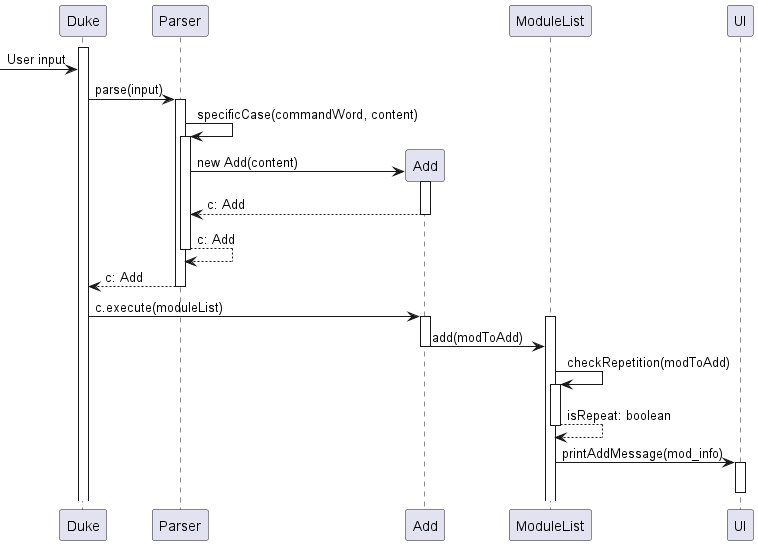
Above: docs/diagrams/AddUML.png in nus-cs2113-AY2223S1/tp (PlantUML), before the change. Source of this version:
```plantuml
@startuml
activate Duke
[-> Duke: User input
Duke -> Parser: parse(input)
activate Parser
Parser -> Parser: specificCase(commandWord, content)
activate Parser
create Add
Parser -> Add: new Add(content)
activate Add
return c: Add
return c: Add
return c: Add
deactivate Parser
Duke -> Add: c.execute(moduleList)
activate Add
activate ModuleList
Add -> ModuleList: add(modToAdd)
deactivate Add
ModuleList -> ModuleList: checkRepetition(modToAdd)
activate ModuleList
return isRepeat: boolean
ModuleList -> UI: printAddMessage(mod_info)
activate UI
deactivate UI

@enduml
```
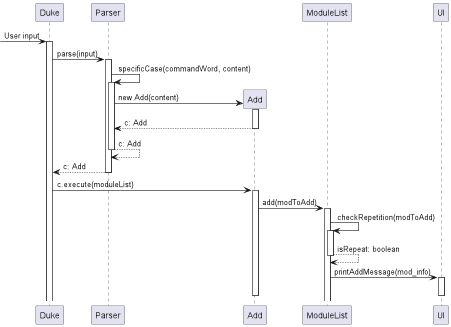
Above is the later version.

The edit, as a diff of the source:
```diff
@@ -1,6 +1,6 @@
 @startuml
+[-> Duke: User input
 activate Duke
-[-> Duke: User input
 Duke -> Parser: parse(input)
 activate Parser
 Parser -> Parser: specificCase(commandWord, content)
@@ -14,14 +14,14 @@
 deactivate Parser
 Duke -> Add: c.execute(moduleList)
 activate Add
+Add -> ModuleList: add(modToAdd)
 activate ModuleList
-Add -> ModuleList: add(modToAdd)
-deactivate Add
 ModuleList -> ModuleList: checkRepetition(modToAdd)
 activate ModuleList
 return isRepeat: boolean
 ModuleList -> UI: printAddMessage(mod_info)
 activate UI
 deactivate UI
+deactivate Add
 
 @enduml
```
